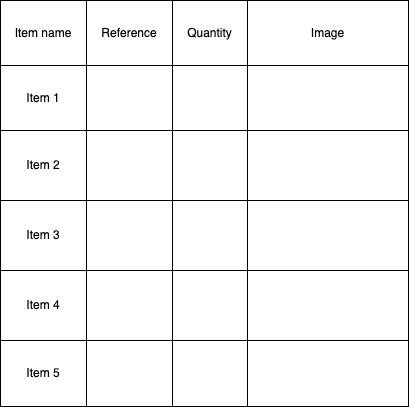
This is Data sheet.png from amerezoji1362/drawio-github, a draw.io export, as it was before one commit. Source tidied: cells renumbered, new cells last; positions are measured from the earlier drawing's top-left corner, leaving out a move shared by most shapes.
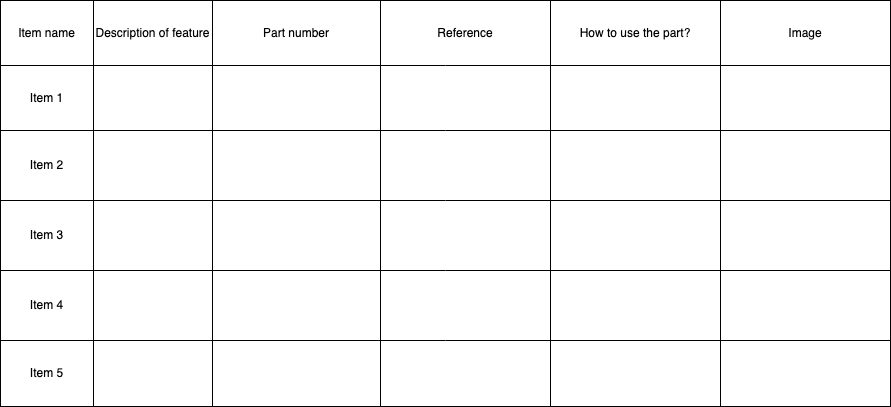
Later version of the same file.

Diff of the diagram source:
```diff
@@ -2,98 +2,134 @@
   <root>
     <mxCell id="0" />
     <mxCell id="1" parent="0" />
-    <mxCell id="2" style="shape=table;startSize=0;" parent="1" vertex="1">
-      <mxGeometry width="408" height="406" as="geometry" />
-    </mxCell>
-    <mxCell id="3" style="shape=partialRectangle;fillColor=none;top=0;left=0;bottom=0;right=0;" parent="2" vertex="1">
-      <mxGeometry width="408" height="65" as="geometry" />
-    </mxCell>
+    <mxCell id="33" style="shape=table;startSize=0;" parent="1" vertex="1">
+      <mxGeometry width="890" height="406" as="geometry" />
+    </mxCell>
+    <mxCell id="34" style="shape=partialRectangle;fillColor=none;top=0;left=0;bottom=0;right=0;" parent="33" vertex="1">
+      <mxGeometry width="890" height="65" as="geometry" />
+    </mxCell>
-    <mxCell id="4" value="Item name" style="shape=partialRectangle;html=1;whiteSpace=wrap;overflow=hidden;fillColor=none;top=0;left=0;bottom=0;right=0;" parent="3" vertex="1">
-      <mxGeometry width="86" height="65" as="geometry" />
+    <mxCell id="4" value="Item name" style="shape=partialRectangle;html=1;whiteSpace=wrap;overflow=hidden;fillColor=none;top=0;left=0;bottom=0;right=0;" parent="34" vertex="1">
+      <mxGeometry width="93" height="65" as="geometry" />
     </mxCell>
+    <mxCell id="35" value="Description of feature" style="shape=partialRectangle;html=1;whiteSpace=wrap;overflow=hidden;fillColor=none;top=0;left=0;bottom=0;right=0;" parent="34" vertex="1">
+      <mxGeometry x="93" width="119" height="65" as="geometry" />
+    </mxCell>
+    <mxCell id="36" value="Part number" style="shape=partialRectangle;html=1;whiteSpace=wrap;overflow=hidden;fillColor=none;top=0;left=0;bottom=0;right=0;" parent="34" vertex="1">
+      <mxGeometry x="212" width="168" height="65" as="geometry" />
+    </mxCell>
-    <mxCell id="5" value="Reference" style="shape=partialRectangle;html=1;whiteSpace=wrap;overflow=hidden;fillColor=none;top=0;left=0;bottom=0;right=0;" parent="3" vertex="1">
-      <mxGeometry x="86" width="86" height="65" as="geometry" />
+    <mxCell id="5" value="Reference" style="shape=partialRectangle;html=1;whiteSpace=wrap;overflow=hidden;fillColor=none;top=0;left=0;bottom=0;right=0;" parent="34" vertex="1">
+      <mxGeometry x="380" width="170" height="65" as="geometry" />
     </mxCell>
-    <mxCell id="6" value="Quantity" style="shape=partialRectangle;html=1;whiteSpace=wrap;overflow=hidden;fillColor=none;top=0;left=0;bottom=0;right=0;" parent="3" vertex="1">
-      <mxGeometry x="172" width="75" height="65" as="geometry" />
-    </mxCell>
+    <mxCell id="37" value="How to use the part?" style="shape=partialRectangle;html=1;whiteSpace=wrap;overflow=hidden;fillColor=none;top=0;left=0;bottom=0;right=0;" parent="34" vertex="1">
+      <mxGeometry x="550" width="170" height="65" as="geometry" />
+    </mxCell>
-    <mxCell id="7" value="Image" style="shape=partialRectangle;html=1;whiteSpace=wrap;overflow=hidden;fillColor=none;top=0;left=0;bottom=0;right=0;" parent="3" vertex="1">
-      <mxGeometry x="247" width="161" height="65" as="geometry" />
+    <mxCell id="7" value="Image" style="shape=partialRectangle;html=1;whiteSpace=wrap;overflow=hidden;fillColor=none;top=0;left=0;bottom=0;right=0;" parent="34" vertex="1">
+      <mxGeometry x="720" width="170" height="65" as="geometry" />
     </mxCell>
-    <mxCell id="8" style="shape=partialRectangle;fillColor=none;top=0;left=0;bottom=0;right=0;" parent="2" vertex="1">
-      <mxGeometry y="65" width="408" height="65" as="geometry" />
-    </mxCell>
+    <mxCell id="38" style="shape=partialRectangle;fillColor=none;top=0;left=0;bottom=0;right=0;" parent="33" vertex="1">
+      <mxGeometry y="65" width="890" height="65" as="geometry" />
+    </mxCell>
-    <mxCell id="9" value="Item 1" style="shape=partialRectangle;html=1;whiteSpace=wrap;overflow=hidden;fillColor=none;top=0;left=0;bottom=0;right=0;" parent="8" vertex="1">
-      <mxGeometry width="86" height="65" as="geometry" />
+    <mxCell id="9" value="Item 1" style="shape=partialRectangle;html=1;whiteSpace=wrap;overflow=hidden;fillColor=none;top=0;left=0;bottom=0;right=0;" parent="38" vertex="1">
+      <mxGeometry width="93" height="65" as="geometry" />
     </mxCell>
-    <mxCell id="10" style="shape=partialRectangle;html=1;whiteSpace=wrap;overflow=hidden;fillColor=none;top=0;left=0;bottom=0;right=0;" parent="8" vertex="1">
-      <mxGeometry x="86" width="86" height="65" as="geometry" />
-    </mxCell>
-    <mxCell id="11" style="shape=partialRectangle;html=1;whiteSpace=wrap;overflow=hidden;fillColor=none;top=0;left=0;bottom=0;right=0;" parent="8" vertex="1">
-      <mxGeometry x="172" width="75" height="65" as="geometry" />
-    </mxCell>
-    <mxCell id="12" style="shape=partialRectangle;html=1;whiteSpace=wrap;overflow=hidden;fillColor=none;top=0;left=0;bottom=0;right=0;" parent="8" vertex="1">
-      <mxGeometry x="247" width="161" height="65" as="geometry" />
-    </mxCell>
-    <mxCell id="13" style="shape=partialRectangle;fillColor=none;top=0;left=0;bottom=0;right=0;" parent="2" vertex="1">
-      <mxGeometry y="130" width="408" height="70" as="geometry" />
-    </mxCell>
+    <mxCell id="39" style="shape=partialRectangle;html=1;whiteSpace=wrap;overflow=hidden;fillColor=none;top=0;left=0;bottom=0;right=0;" parent="38" vertex="1">
+      <mxGeometry x="93" width="119" height="65" as="geometry" />
+    </mxCell>
+    <mxCell id="40" style="shape=partialRectangle;html=1;whiteSpace=wrap;overflow=hidden;fillColor=none;top=0;left=0;bottom=0;right=0;" parent="38" vertex="1">
+      <mxGeometry x="212" width="168" height="65" as="geometry" />
+    </mxCell>
+    <mxCell id="41" style="shape=partialRectangle;html=1;whiteSpace=wrap;overflow=hidden;fillColor=none;top=0;left=0;bottom=0;right=0;" parent="38" vertex="1">
+      <mxGeometry x="380" width="170" height="65" as="geometry" />
+    </mxCell>
+    <mxCell id="42" style="shape=partialRectangle;html=1;whiteSpace=wrap;overflow=hidden;fillColor=none;top=0;left=0;bottom=0;right=0;" parent="38" vertex="1">
+      <mxGeometry x="550" width="170" height="65" as="geometry" />
+    </mxCell>
+    <mxCell id="43" style="shape=partialRectangle;html=1;whiteSpace=wrap;overflow=hidden;fillColor=none;top=0;left=0;bottom=0;right=0;" parent="38" vertex="1">
+      <mxGeometry x="720" width="170" height="65" as="geometry" />
+    </mxCell>
+    <mxCell id="44" style="shape=partialRectangle;fillColor=none;top=0;left=0;bottom=0;right=0;" parent="33" vertex="1">
+      <mxGeometry y="130" width="890" height="70" as="geometry" />
+    </mxCell>
-    <mxCell id="14" value="Item 2" style="shape=partialRectangle;html=1;whiteSpace=wrap;overflow=hidden;fillColor=none;top=0;left=0;bottom=0;right=0;" parent="13" vertex="1">
-      <mxGeometry width="86" height="70" as="geometry" />
+    <mxCell id="14" value="Item 2" style="shape=partialRectangle;html=1;whiteSpace=wrap;overflow=hidden;fillColor=none;top=0;left=0;bottom=0;right=0;" parent="44" vertex="1">
+      <mxGeometry width="93" height="70" as="geometry" />
     </mxCell>
-    <mxCell id="15" style="shape=partialRectangle;html=1;whiteSpace=wrap;overflow=hidden;fillColor=none;top=0;left=0;bottom=0;right=0;" parent="13" vertex="1">
-      <mxGeometry x="86" width="86" height="70" as="geometry" />
-    </mxCell>
-    <mxCell id="16" style="shape=partialRectangle;html=1;whiteSpace=wrap;overflow=hidden;fillColor=none;top=0;left=0;bottom=0;right=0;" parent="13" vertex="1">
-      <mxGeometry x="172" width="75" height="70" as="geometry" />
-    </mxCell>
-    <mxCell id="17" style="shape=partialRectangle;html=1;whiteSpace=wrap;overflow=hidden;fillColor=none;top=0;left=0;bottom=0;right=0;" parent="13" vertex="1">
-      <mxGeometry x="247" width="161" height="70" as="geometry" />
-    </mxCell>
-    <mxCell id="18" style="shape=partialRectangle;fillColor=none;top=0;left=0;bottom=0;right=0;" parent="2" vertex="1">
-      <mxGeometry y="200" width="408" height="70" as="geometry" />
-    </mxCell>
+    <mxCell id="45" style="shape=partialRectangle;html=1;whiteSpace=wrap;overflow=hidden;fillColor=none;top=0;left=0;bottom=0;right=0;" parent="44" vertex="1">
+      <mxGeometry x="93" width="119" height="70" as="geometry" />
+    </mxCell>
+    <mxCell id="46" style="shape=partialRectangle;html=1;whiteSpace=wrap;overflow=hidden;fillColor=none;top=0;left=0;bottom=0;right=0;" parent="44" vertex="1">
+      <mxGeometry x="212" width="168" height="70" as="geometry" />
+    </mxCell>
+    <mxCell id="47" style="shape=partialRectangle;html=1;whiteSpace=wrap;overflow=hidden;fillColor=none;top=0;left=0;bottom=0;right=0;" parent="44" vertex="1">
+      <mxGeometry x="380" width="170" height="70" as="geometry" />
+    </mxCell>
+    <mxCell id="48" style="shape=partialRectangle;html=1;whiteSpace=wrap;overflow=hidden;fillColor=none;top=0;left=0;bottom=0;right=0;" parent="44" vertex="1">
+      <mxGeometry x="550" width="170" height="70" as="geometry" />
+    </mxCell>
+    <mxCell id="49" style="shape=partialRectangle;html=1;whiteSpace=wrap;overflow=hidden;fillColor=none;top=0;left=0;bottom=0;right=0;" parent="44" vertex="1">
+      <mxGeometry x="720" width="170" height="70" as="geometry" />
+    </mxCell>
+    <mxCell id="50" style="shape=partialRectangle;fillColor=none;top=0;left=0;bottom=0;right=0;" parent="33" vertex="1">
+      <mxGeometry y="200" width="890" height="70" as="geometry" />
+    </mxCell>
-    <mxCell id="19" value="Item 3" style="shape=partialRectangle;html=1;whiteSpace=wrap;overflow=hidden;fillColor=none;top=0;left=0;bottom=0;right=0;" parent="18" vertex="1">
-      <mxGeometry width="86" height="70" as="geometry" />
+    <mxCell id="19" value="Item 3" style="shape=partialRectangle;html=1;whiteSpace=wrap;overflow=hidden;fillColor=none;top=0;left=0;bottom=0;right=0;" parent="50" vertex="1">
+      <mxGeometry width="93" height="70" as="geometry" />
     </mxCell>
-    <mxCell id="20" style="shape=partialRectangle;html=1;whiteSpace=wrap;overflow=hidden;fillColor=none;top=0;left=0;bottom=0;right=0;" parent="18" vertex="1">
-      <mxGeometry x="86" width="86" height="70" as="geometry" />
-    </mxCell>
-    <mxCell id="21" style="shape=partialRectangle;html=1;whiteSpace=wrap;overflow=hidden;fillColor=none;top=0;left=0;bottom=0;right=0;" parent="18" vertex="1">
-      <mxGeometry x="172" width="75" height="70" as="geometry" />
-    </mxCell>
-    <mxCell id="22" style="shape=partialRectangle;html=1;whiteSpace=wrap;overflow=hidden;fillColor=none;top=0;left=0;bottom=0;right=0;" parent="18" vertex="1">
-      <mxGeometry x="247" width="161" height="70" as="geometry" />
-    </mxCell>
-    <mxCell id="23" style="shape=partialRectangle;fillColor=none;top=0;left=0;bottom=0;right=0;" parent="2" vertex="1">
-      <mxGeometry y="270" width="408" height="70" as="geometry" />
-    </mxCell>
+    <mxCell id="51" style="shape=partialRectangle;html=1;whiteSpace=wrap;overflow=hidden;fillColor=none;top=0;left=0;bottom=0;right=0;" parent="50" vertex="1">
+      <mxGeometry x="93" width="119" height="70" as="geometry" />
+    </mxCell>
+    <mxCell id="52" style="shape=partialRectangle;html=1;whiteSpace=wrap;overflow=hidden;fillColor=none;top=0;left=0;bottom=0;right=0;" parent="50" vertex="1">
+      <mxGeometry x="212" width="168" height="70" as="geometry" />
+    </mxCell>
+    <mxCell id="53" style="shape=partialRectangle;html=1;whiteSpace=wrap;overflow=hidden;fillColor=none;top=0;left=0;bottom=0;right=0;" parent="50" vertex="1">
+      <mxGeometry x="380" width="170" height="70" as="geometry" />
+    </mxCell>
+    <mxCell id="54" style="shape=partialRectangle;html=1;whiteSpace=wrap;overflow=hidden;fillColor=none;top=0;left=0;bottom=0;right=0;" parent="50" vertex="1">
+      <mxGeometry x="550" width="170" height="70" as="geometry" />
+    </mxCell>
+    <mxCell id="55" style="shape=partialRectangle;html=1;whiteSpace=wrap;overflow=hidden;fillColor=none;top=0;left=0;bottom=0;right=0;" parent="50" vertex="1">
+      <mxGeometry x="720" width="170" height="70" as="geometry" />
+    </mxCell>
+    <mxCell id="56" style="shape=partialRectangle;fillColor=none;top=0;left=0;bottom=0;right=0;" parent="33" vertex="1">
+      <mxGeometry y="270" width="890" height="70" as="geometry" />
+    </mxCell>
-    <mxCell id="24" value="Item 4" style="shape=partialRectangle;html=1;whiteSpace=wrap;overflow=hidden;fillColor=none;top=0;left=0;bottom=0;right=0;" parent="23" vertex="1">
-      <mxGeometry width="86" height="70" as="geometry" />
+    <mxCell id="24" value="Item 4" style="shape=partialRectangle;html=1;whiteSpace=wrap;overflow=hidden;fillColor=none;top=0;left=0;bottom=0;right=0;" parent="56" vertex="1">
+      <mxGeometry width="93" height="70" as="geometry" />
     </mxCell>
-    <mxCell id="25" style="shape=partialRectangle;html=1;whiteSpace=wrap;overflow=hidden;fillColor=none;top=0;left=0;bottom=0;right=0;" parent="23" vertex="1">
-      <mxGeometry x="86" width="86" height="70" as="geometry" />
-    </mxCell>
-    <mxCell id="26" style="shape=partialRectangle;html=1;whiteSpace=wrap;overflow=hidden;fillColor=none;top=0;left=0;bottom=0;right=0;" parent="23" vertex="1">
-      <mxGeometry x="172" width="75" height="70" as="geometry" />
-    </mxCell>
-    <mxCell id="27" style="shape=partialRectangle;html=1;whiteSpace=wrap;overflow=hidden;fillColor=none;top=0;left=0;bottom=0;right=0;" parent="23" vertex="1">
-      <mxGeometry x="247" width="161" height="70" as="geometry" />
-    </mxCell>
-    <mxCell id="28" style="shape=partialRectangle;fillColor=none;top=0;left=0;bottom=0;right=0;" parent="2" vertex="1">
-      <mxGeometry y="340" width="408" height="66" as="geometry" />
-    </mxCell>
+    <mxCell id="57" style="shape=partialRectangle;html=1;whiteSpace=wrap;overflow=hidden;fillColor=none;top=0;left=0;bottom=0;right=0;" parent="56" vertex="1">
+      <mxGeometry x="93" width="119" height="70" as="geometry" />
+    </mxCell>
+    <mxCell id="58" style="shape=partialRectangle;html=1;whiteSpace=wrap;overflow=hidden;fillColor=none;top=0;left=0;bottom=0;right=0;" parent="56" vertex="1">
+      <mxGeometry x="212" width="168" height="70" as="geometry" />
+    </mxCell>
+    <mxCell id="59" style="shape=partialRectangle;html=1;whiteSpace=wrap;overflow=hidden;fillColor=none;top=0;left=0;bottom=0;right=0;" parent="56" vertex="1">
+      <mxGeometry x="380" width="170" height="70" as="geometry" />
+    </mxCell>
+    <mxCell id="60" style="shape=partialRectangle;html=1;whiteSpace=wrap;overflow=hidden;fillColor=none;top=0;left=0;bottom=0;right=0;" parent="56" vertex="1">
+      <mxGeometry x="550" width="170" height="70" as="geometry" />
+    </mxCell>
+    <mxCell id="61" style="shape=partialRectangle;html=1;whiteSpace=wrap;overflow=hidden;fillColor=none;top=0;left=0;bottom=0;right=0;" parent="56" vertex="1">
+      <mxGeometry x="720" width="170" height="70" as="geometry" />
+    </mxCell>
+    <mxCell id="62" style="shape=partialRectangle;fillColor=none;top=0;left=0;bottom=0;right=0;" parent="33" vertex="1">
+      <mxGeometry y="340" width="890" height="66" as="geometry" />
+    </mxCell>
-    <mxCell id="29" value="Item 5" style="shape=partialRectangle;html=1;whiteSpace=wrap;overflow=hidden;fillColor=none;top=0;left=0;bottom=0;right=0;" parent="28" vertex="1">
-      <mxGeometry width="86" height="66" as="geometry" />
+    <mxCell id="29" value="Item 5" style="shape=partialRectangle;html=1;whiteSpace=wrap;overflow=hidden;fillColor=none;top=0;left=0;bottom=0;right=0;" parent="62" vertex="1">
+      <mxGeometry width="93" height="66" as="geometry" />
     </mxCell>
-    <mxCell id="30" style="shape=partialRectangle;html=1;whiteSpace=wrap;overflow=hidden;fillColor=none;top=0;left=0;bottom=0;right=0;" parent="28" vertex="1">
-      <mxGeometry x="86" width="86" height="66" as="geometry" />
-    </mxCell>
-    <mxCell id="31" style="shape=partialRectangle;html=1;whiteSpace=wrap;overflow=hidden;fillColor=none;top=0;left=0;bottom=0;right=0;" parent="28" vertex="1">
-      <mxGeometry x="172" width="75" height="66" as="geometry" />
-    </mxCell>
-    <mxCell id="32" style="shape=partialRectangle;html=1;whiteSpace=wrap;overflow=hidden;fillColor=none;top=0;left=0;bottom=0;right=0;" parent="28" vertex="1">
-      <mxGeometry x="247" width="161" height="66" as="geometry" />
-    </mxCell>
+    <mxCell id="63" style="shape=partialRectangle;html=1;whiteSpace=wrap;overflow=hidden;fillColor=none;top=0;left=0;bottom=0;right=0;" parent="62" vertex="1">
+      <mxGeometry x="93" width="119" height="66" as="geometry" />
+    </mxCell>
+    <mxCell id="64" style="shape=partialRectangle;html=1;whiteSpace=wrap;overflow=hidden;fillColor=none;top=0;left=0;bottom=0;right=0;" parent="62" vertex="1">
+      <mxGeometry x="212" width="168" height="66" as="geometry" />
+    </mxCell>
+    <mxCell id="65" style="shape=partialRectangle;html=1;whiteSpace=wrap;overflow=hidden;fillColor=none;top=0;left=0;bottom=0;right=0;" parent="62" vertex="1">
+      <mxGeometry x="380" width="170" height="66" as="geometry" />
+    </mxCell>
+    <mxCell id="66" style="shape=partialRectangle;html=1;whiteSpace=wrap;overflow=hidden;fillColor=none;top=0;left=0;bottom=0;right=0;" parent="62" vertex="1">
+      <mxGeometry x="550" width="170" height="66" as="geometry" />
+    </mxCell>
+    <mxCell id="67" style="shape=partialRectangle;html=1;whiteSpace=wrap;overflow=hidden;fillColor=none;top=0;left=0;bottom=0;right=0;" parent="62" vertex="1">
+      <mxGeometry x="720" width="170" height="66" as="geometry" />
+    </mxCell>
   </root>
 </mxGraphModel>
```
